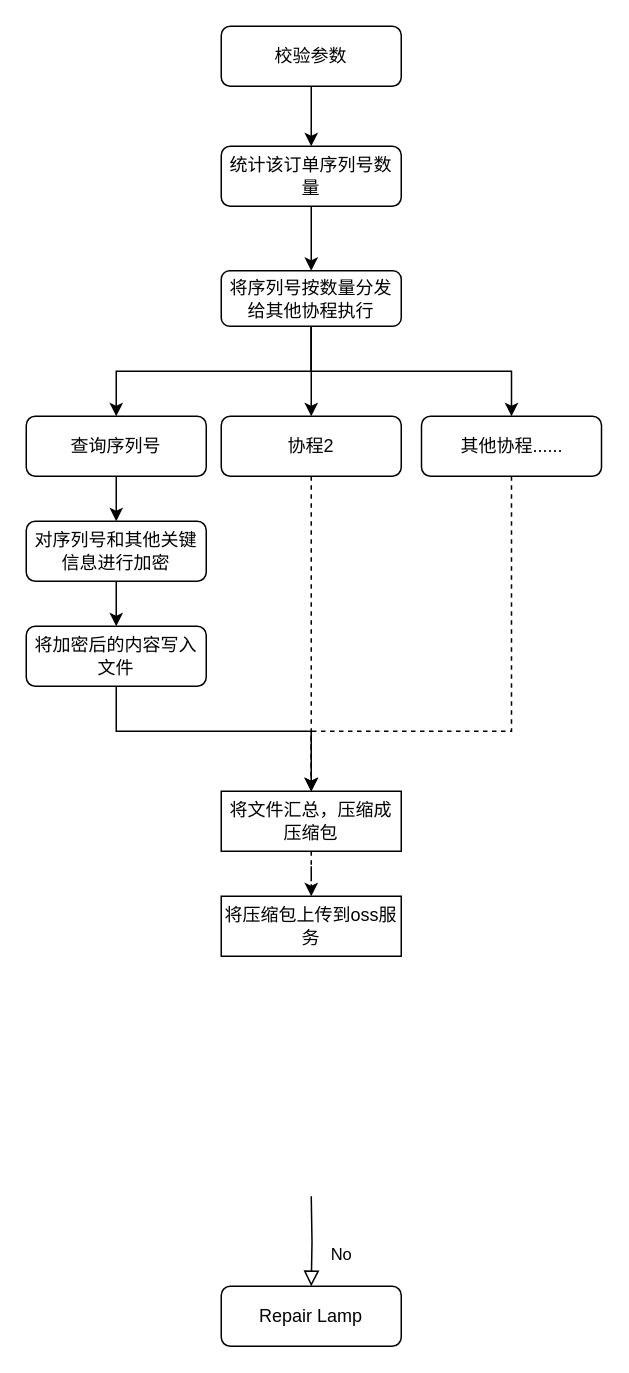
Earlier version of the draw.io diagram src/下载kms文件流程.drawio (gaozk/test). Source tidied: cells renumbered, new cells numbered last; positions are measured from the earlier drawing's top-left corner, leaving out a move shared by most shapes. Both pictures are drawn from the tidied source at 150%, with x=0, y=0 at pixel (26, 26).
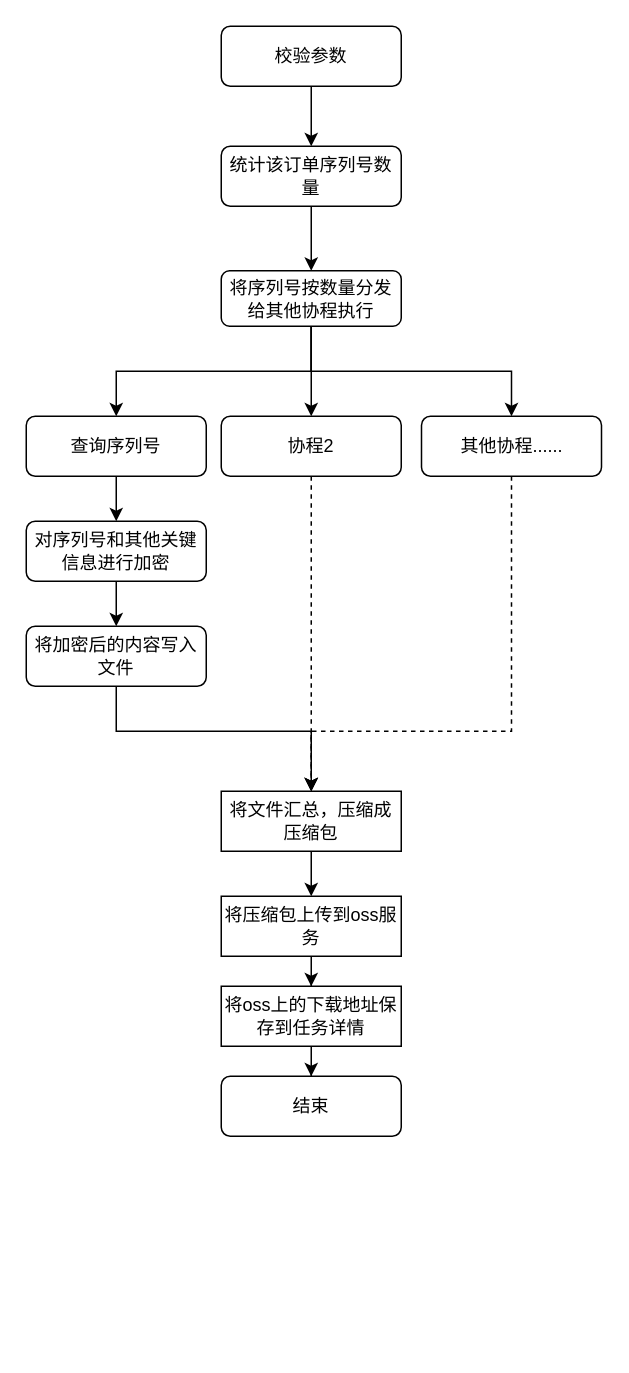
The same diagram, later.

Commit message (it also covers changes not shown here):
更新下载kms文件流程.drawio

The change refers to these unchanged cells:
```xml
<mxCell id="23" value="将文件汇总，压缩成压缩包" style="rounded=0;whiteSpace=wrap;html=1;" parent="1" vertex="1">
  <mxGeometry x="130" y="510" width="120" height="40" as="geometry" />
</mxCell>
<mxCell id="24" value="将压缩包上传到oss服务" style="rounded=0;whiteSpace=wrap;html=1;" parent="1" vertex="1">
  <mxGeometry x="130" y="580" width="120" height="40" as="geometry" />
</mxCell>
```

Change to the diagram source:
```diff
@@
-    <mxCell id="4" value="No" style="rounded=0;html=1;jettySize=auto;fontSize=11;endArrow=block;endFill=0;endSize=8;strokeWidth=1;shadow=0;labelBackgroundColor=none;edgeStyle=orthogonalEdgeStyle;" parent="1" edge="1" target="5">
-      <mxGeometry x="0.33" y="20" relative="1" as="geometry">
-        <mxPoint x="190" y="780" as="sourcePoint" />
-      </mxGeometry>
-    </mxCell>
-    <mxCell id="5" value="Repair Lamp" style="rounded=1;whiteSpace=wrap;html=1;fontSize=12;glass=0;strokeWidth=1;shadow=0;" parent="1" vertex="1">
-      <mxGeometry x="130" y="840" width="120" height="40" as="geometry" />
+    <mxCell id="5" value="结束" style="rounded=1;whiteSpace=wrap;html=1;fontSize=12;glass=0;strokeWidth=1;shadow=0;" parent="1" vertex="1">
+      <mxGeometry x="130" y="700" width="120" height="40" as="geometry" />
     </mxCell>
@@
-    <mxCell id="22" style="edgeStyle=orthogonalEdgeStyle;rounded=0;jettySize=auto;html=1;dashed=1;" parent="1" edge="1" source="23" target="24">
+    <mxCell id="22" style="edgeStyle=orthogonalEdgeStyle;rounded=0;jettySize=auto;html=1;" parent="1" edge="1" source="23" target="24">
       <mxGeometry relative="1" as="geometry" />
     </mxCell>
@@
+    <mxCell id="25" style="edgeStyle=orthogonalEdgeStyle;rounded=0;jettySize=auto;html=1;" parent="1" edge="1" source="24" target="27">
+      <mxGeometry relative="1" as="geometry" />
+    </mxCell>
@@
+    <mxCell id="26" style="edgeStyle=orthogonalEdgeStyle;rounded=0;jettySize=auto;html=1;" parent="1" edge="1" source="27" target="5">
+      <mxGeometry relative="1" as="geometry" />
+    </mxCell>
+    <mxCell id="27" value="将oss上的下载地址保存到任务详情" style="rounded=0;whiteSpace=wrap;html=1;" parent="1" vertex="1">
+      <mxGeometry x="130" y="640" width="120" height="40" as="geometry" />
+    </mxCell>
```
